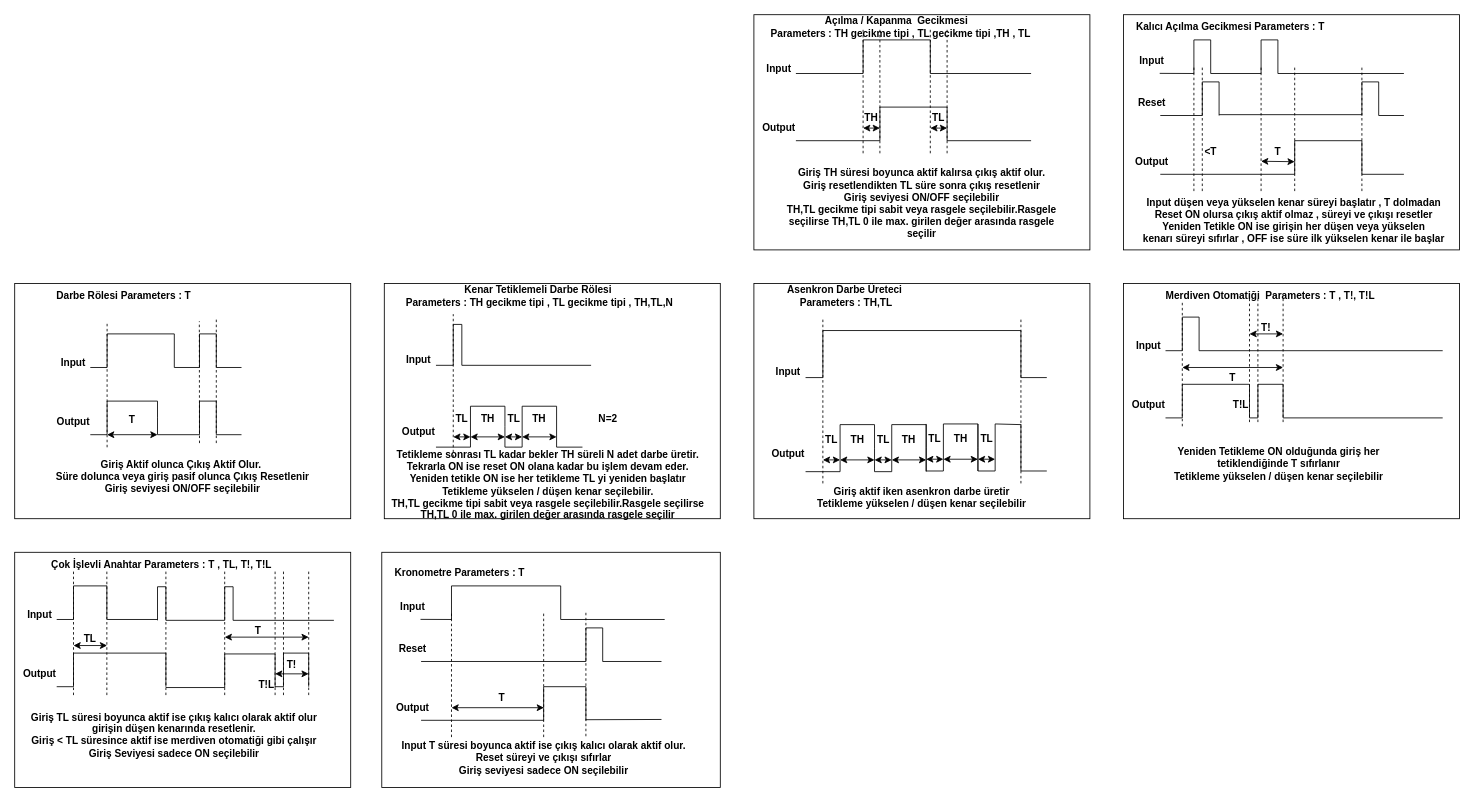
Above: doc/Functions_Details_Timers.drawio in akinik456/control (draw.io), before the change. Source tidied: cells renumbered, new cells numbered last; positions are measured from the earlier drawing's top-left corner, leaving out a move shared by most shapes. Both pictures are drawn from the tidied source at 84%, with x=0, y=0 at pixel (14, 14).
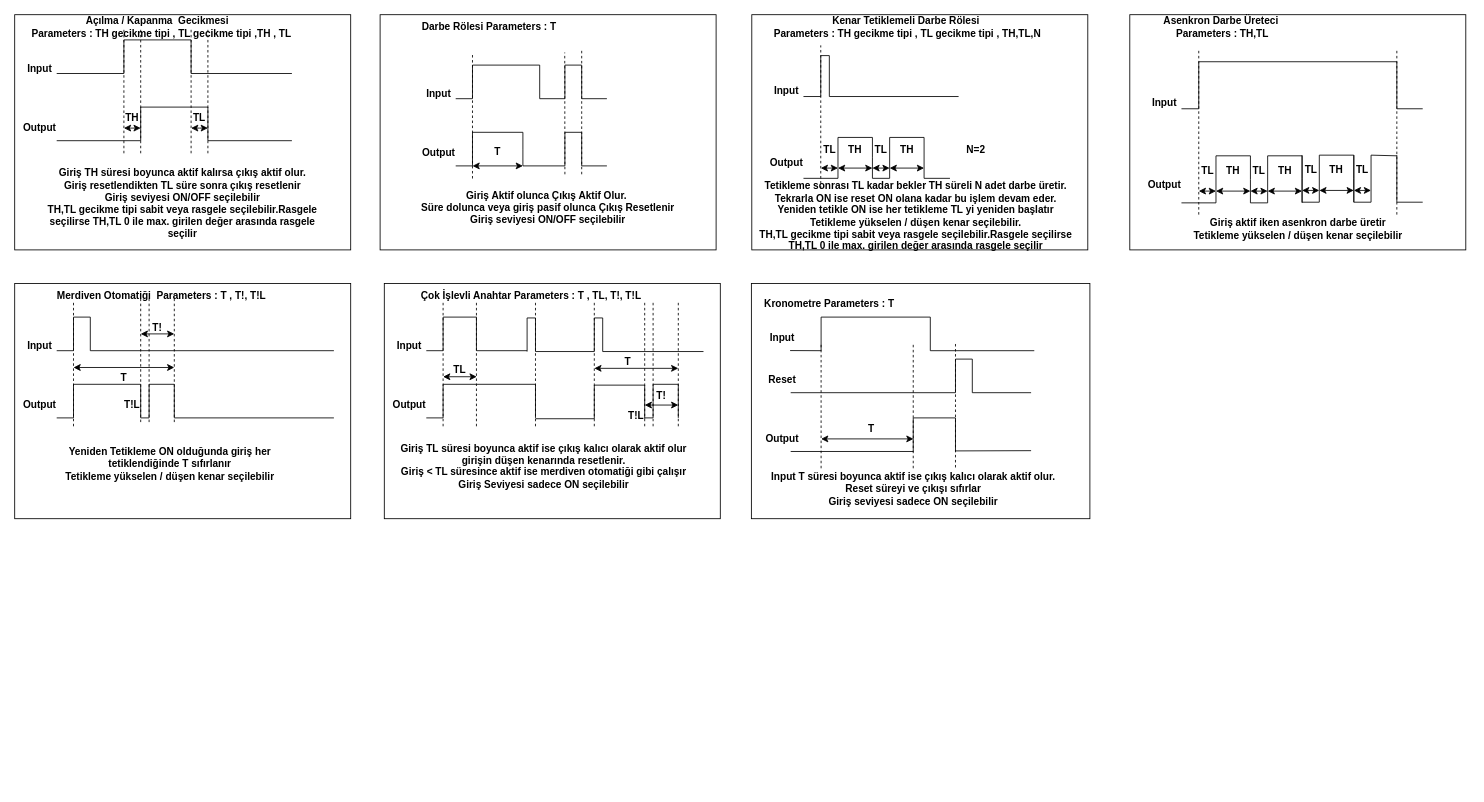
The same page after the edit.

What changed in the source:
```diff
@@
     <mxCell id="2" style="group;" parent="1" vertex="1">
-      <mxGeometry y="320" width="400" height="280" as="geometry" />
+      <mxGeometry x="435" width="400" height="280" as="geometry" />
     </mxCell>
@@
     <mxCell id="32" style="group;" parent="1" vertex="1">
-      <mxGeometry x="860" y="320" width="425" height="280" as="geometry" />
+      <mxGeometry x="1307.5" width="425" height="280" as="geometry" />
     </mxCell>
@@
     <mxCell id="82" style="group;" parent="1" vertex="1">
-      <mxGeometry x="1320" y="320" width="400" height="280" as="geometry" />
+      <mxGeometry y="320" width="400" height="280" as="geometry" />
     </mxCell>
@@
-    <mxCell id="112" style="group;" parent="1" vertex="1">
-      <mxGeometry x="1320" width="400" height="280" as="geometry" />
-    </mxCell>
-    <mxCell id="113" style="rounded=0;whiteSpace=wrap;html=1;" parent="112" vertex="1">
-      <mxGeometry width="400" height="280" as="geometry" />
-    </mxCell>
-    <mxCell id="114" value="Input" style="text;html=1;whiteSpace=wrap;strokeColor=none;fillColor=none;align=center;verticalAlign=middle;rounded=0;fontStyle=1;" parent="112" vertex="1">
-      <mxGeometry x="3.8" y="40" width="60" height="30" as="geometry" />
-    </mxCell>
-    <mxCell id="115" value="Output" style="text;html=1;whiteSpace=wrap;strokeColor=none;fillColor=none;align=center;verticalAlign=middle;rounded=0;fontStyle=1;" parent="112" vertex="1">
-      <mxGeometry x="3.8" y="160" width="60" height="30" as="geometry" />
-    </mxCell>
-    <mxCell id="116" style="endArrow=none;html=1;rounded=0;exitX=0.655;exitY=0.995;exitDx=0;exitDy=0;exitPerimeter=0;" parent="112" edge="1" source="114">
-      <mxGeometry relative="1" as="geometry">
-        <mxPoint x="83.8" y="70" as="targetPoint" />
-      </mxGeometry>
-    </mxCell>
-    <mxCell id="117" style="endArrow=none;html=1;rounded=0;" parent="112" edge="1">
-      <mxGeometry relative="1" as="geometry">
-        <mxPoint x="103.8" y="70" as="sourcePoint" />
-        <mxPoint x="163.8" y="70" as="targetPoint" />
-      </mxGeometry>
-    </mxCell>
-    <mxCell id="118" style="group;" parent="112" vertex="1">
-      <mxGeometry x="83.8" y="30" width="20" height="40" as="geometry" />
-    </mxCell>
-    <mxCell id="119" style="endArrow=none;html=1;rounded=0;" parent="118" edge="1">
-      <mxGeometry relative="1" as="geometry">
-        <mxPoint y="40" as="sourcePoint" />
-        <mxPoint as="targetPoint" />
-      </mxGeometry>
-    </mxCell>
-    <mxCell id="120" style="endArrow=none;html=1;rounded=0;" parent="118" edge="1">
-      <mxGeometry relative="1" as="geometry">
-        <mxPoint as="sourcePoint" />
-        <mxPoint x="20" as="targetPoint" />
-      </mxGeometry>
-    </mxCell>
-    <mxCell id="121" style="endArrow=none;html=1;rounded=0;" parent="118" edge="1">
-      <mxGeometry relative="1" as="geometry">
-        <mxPoint x="20" as="sourcePoint" />
-        <mxPoint x="20" y="40" as="targetPoint" />
-      </mxGeometry>
-    </mxCell>
-    <mxCell id="122" style="group;" parent="112" vertex="1">
-      <mxGeometry x="163.8" y="30" width="20" height="40" as="geometry" />
-    </mxCell>
-    <mxCell id="123" style="endArrow=none;html=1;rounded=0;" parent="122" edge="1">
-      <mxGeometry relative="1" as="geometry">
-        <mxPoint y="40" as="sourcePoint" />
-        <mxPoint as="targetPoint" />
-      </mxGeometry>
-    </mxCell>
-    <mxCell id="124" style="endArrow=none;html=1;rounded=0;" parent="122" edge="1">
-      <mxGeometry relative="1" as="geometry">
-        <mxPoint as="sourcePoint" />
-        <mxPoint x="20" as="targetPoint" />
-      </mxGeometry>
-    </mxCell>
-    <mxCell id="125" style="endArrow=none;html=1;rounded=0;" parent="122" edge="1">
-      <mxGeometry relative="1" as="geometry">
-        <mxPoint x="20" as="sourcePoint" />
-        <mxPoint x="20" y="40" as="targetPoint" />
-      </mxGeometry>
-    </mxCell>
-    <mxCell id="126" style="group;" parent="112" vertex="1">
-      <mxGeometry x="283.8" y="80" width="20" height="40" as="geometry" />
-    </mxCell>
-    <mxCell id="127" style="endArrow=none;html=1;rounded=0;" parent="126" edge="1">
-      <mxGeometry relative="1" as="geometry">
-        <mxPoint y="40" as="sourcePoint" />
-        <mxPoint as="targetPoint" />
-      </mxGeometry>
-    </mxCell>
-    <mxCell id="128" style="endArrow=none;html=1;rounded=0;" parent="126" edge="1">
-      <mxGeometry relative="1" as="geometry">
-        <mxPoint as="sourcePoint" />
-        <mxPoint x="20" as="targetPoint" />
-      </mxGeometry>
-    </mxCell>
-    <mxCell id="129" style="endArrow=none;html=1;rounded=0;" parent="126" edge="1">
-      <mxGeometry relative="1" as="geometry">
-        <mxPoint x="20" as="sourcePoint" />
-        <mxPoint x="20" y="40" as="targetPoint" />
-      </mxGeometry>
-    </mxCell>
-    <mxCell id="130" style="endArrow=none;html=1;rounded=0;" parent="112" edge="1">
-      <mxGeometry relative="1" as="geometry">
-        <mxPoint x="43.8" y="120" as="sourcePoint" />
-        <mxPoint x="93.8" y="120" as="targetPoint" />
-      </mxGeometry>
-    </mxCell>
-    <mxCell id="131" style="group;" parent="112" vertex="1">
-      <mxGeometry x="93.8" y="80" width="20" height="40" as="geometry" />
-    </mxCell>
-    <mxCell id="132" style="endArrow=none;html=1;rounded=0;" parent="131" edge="1">
-      <mxGeometry relative="1" as="geometry">
-        <mxPoint y="40" as="sourcePoint" />
-        <mxPoint as="targetPoint" />
-      </mxGeometry>
-    </mxCell>
-    <mxCell id="133" style="endArrow=none;html=1;rounded=0;" parent="131" edge="1">
-      <mxGeometry relative="1" as="geometry">
-        <mxPoint as="sourcePoint" />
-        <mxPoint x="20" as="targetPoint" />
-      </mxGeometry>
-    </mxCell>
-    <mxCell id="134" style="endArrow=none;html=1;rounded=0;" parent="131" edge="1">
-      <mxGeometry relative="1" as="geometry">
-        <mxPoint x="20" as="sourcePoint" />
-        <mxPoint x="20" y="40" as="targetPoint" />
-      </mxGeometry>
-    </mxCell>
-    <mxCell id="135" style="endArrow=none;html=1;rounded=0;" parent="112" edge="1">
-      <mxGeometry relative="1" as="geometry">
-        <mxPoint x="43.8" y="190" as="sourcePoint" />
-        <mxPoint x="203.8" y="190" as="targetPoint" />
-      </mxGeometry>
-    </mxCell>
-    <mxCell id="136" style="endArrow=none;html=1;rounded=0;" parent="112" edge="1">
-      <mxGeometry relative="1" as="geometry">
-        <mxPoint x="203.8" y="190" as="sourcePoint" />
-        <mxPoint x="203.8" y="150" as="targetPoint" />
-      </mxGeometry>
-    </mxCell>
-    <mxCell id="137" style="endArrow=none;html=1;rounded=0;" parent="112" edge="1">
-      <mxGeometry relative="1" as="geometry">
-        <mxPoint x="203.8" y="150" as="sourcePoint" />
-        <mxPoint x="283.8" y="150" as="targetPoint" />
-      </mxGeometry>
-    </mxCell>
-    <mxCell id="138" style="endArrow=none;html=1;rounded=0;" parent="112" edge="1">
-      <mxGeometry relative="1" as="geometry">
-        <mxPoint x="283.8" y="150" as="sourcePoint" />
-        <mxPoint x="283.8" y="190" as="targetPoint" />
-      </mxGeometry>
-    </mxCell>
-    <mxCell id="139" style="endArrow=none;html=1;rounded=0;" parent="112" edge="1">
-      <mxGeometry relative="1" as="geometry">
-        <mxPoint x="283.8" y="190" as="sourcePoint" />
-        <mxPoint x="333.8" y="190" as="targetPoint" />
-      </mxGeometry>
-    </mxCell>
-    <mxCell id="140" style="edgeStyle=orthogonalEdgeStyle;rounded=0;orthogonalLoop=1;jettySize=auto;html=1;exitX=0.5;exitY=1;exitDx=0;exitDy=0;" parent="112" edge="1">
-      <mxGeometry relative="1" as="geometry">
-        <mxPoint x="133.8" y="180" as="sourcePoint" />
-        <mxPoint x="133.8" y="180" as="targetPoint" />
-      </mxGeometry>
-    </mxCell>
-    <mxCell id="141" style="endArrow=classic;startArrow=classic;html=1;rounded=0;" parent="112" edge="1">
-      <mxGeometry relative="1" as="geometry">
-        <mxPoint x="163.8" y="174.5" as="sourcePoint" />
-        <mxPoint x="203.8" y="175" as="targetPoint" />
-      </mxGeometry>
-    </mxCell>
-    <mxCell id="142" value="&lt;b&gt;T&lt;/b&gt;" style="text;html=1;whiteSpace=wrap;strokeColor=none;fillColor=none;align=center;verticalAlign=middle;rounded=0;" parent="112" vertex="1">
-      <mxGeometry x="173.8" y="150" width="20" height="25" as="geometry" />
-    </mxCell>
-    <mxCell id="143" style="endArrow=none;html=1;rounded=0;" parent="112" edge="1">
-      <mxGeometry relative="1" as="geometry">
-        <mxPoint x="113.8" y="119" as="sourcePoint" />
-        <mxPoint x="283.8" y="119" as="targetPoint" />
-      </mxGeometry>
-    </mxCell>
-    <mxCell id="144" style="endArrow=none;html=1;rounded=0;" parent="112" edge="1">
-      <mxGeometry relative="1" as="geometry">
-        <mxPoint x="183.8" y="70" as="sourcePoint" />
-        <mxPoint x="333.8" y="70" as="targetPoint" />
-      </mxGeometry>
-    </mxCell>
-    <mxCell id="145" style="endArrow=none;html=1;rounded=0;" parent="112" edge="1">
-      <mxGeometry relative="1" as="geometry">
-        <mxPoint x="303.8" y="120" as="sourcePoint" />
-        <mxPoint x="333.8" y="120" as="targetPoint" />
-      </mxGeometry>
-    </mxCell>
-    <mxCell id="146" style="endArrow=none;dashed=1;html=1;rounded=0;" parent="112" edge="1">
-      <mxGeometry relative="1" as="geometry">
-        <mxPoint x="163.8" y="210" as="sourcePoint" />
-        <mxPoint x="163.8" y="60" as="targetPoint" />
-      </mxGeometry>
-    </mxCell>
-    <mxCell id="147" style="endArrow=none;dashed=1;html=1;rounded=0;" parent="112" edge="1">
-      <mxGeometry relative="1" as="geometry">
-        <mxPoint x="203.8" y="210" as="sourcePoint" />
-        <mxPoint x="203.8" y="60" as="targetPoint" />
-      </mxGeometry>
-    </mxCell>
-    <mxCell id="148" style="endArrow=none;dashed=1;html=1;rounded=0;" parent="112" edge="1">
-      <mxGeometry relative="1" as="geometry">
-        <mxPoint x="283.8" y="210" as="sourcePoint" />
-        <mxPoint x="283.8" y="60" as="targetPoint" />
-      </mxGeometry>
-    </mxCell>
-    <mxCell id="149" value="Reset" style="text;html=1;whiteSpace=wrap;strokeColor=none;fillColor=none;align=center;verticalAlign=middle;rounded=0;fontStyle=1;" parent="112" vertex="1">
-      <mxGeometry x="3.8" y="90" width="60" height="30" as="geometry" />
-    </mxCell>
-    <mxCell id="150" style="endArrow=none;dashed=1;html=1;rounded=0;" parent="112" edge="1">
-      <mxGeometry relative="1" as="geometry">
-        <mxPoint x="93.8" y="210" as="sourcePoint" />
-        <mxPoint x="93.8" y="60" as="targetPoint" />
-      </mxGeometry>
-    </mxCell>
-    <mxCell id="151" style="endArrow=none;dashed=1;html=1;rounded=0;" parent="112" edge="1">
-      <mxGeometry relative="1" as="geometry">
-        <mxPoint x="83.8" y="210" as="sourcePoint" />
-        <mxPoint x="83.8" y="60" as="targetPoint" />
-      </mxGeometry>
-    </mxCell>
-    <mxCell id="152" value="&lt;b&gt;&amp;lt;T&lt;/b&gt;" style="text;html=1;whiteSpace=wrap;strokeColor=none;fillColor=none;align=center;verticalAlign=middle;rounded=0;" parent="112" vertex="1">
-      <mxGeometry x="93.8" y="150" width="20" height="25" as="geometry" />
-    </mxCell>
-    <mxCell id="153" value="&lt;b&gt;&lt;font style=&quot;font-size: 12px;&quot;&gt;Input düşen veya yükselen kenar süreyi başlatır , T dolmadan Reset&amp;nbsp;&lt;span style=&quot;background-color: transparent; color: light-dark(rgb(0, 0, 0), rgb(255, 255, 255));&quot;&gt;ON olursa çıkış aktif olmaz , süreyi ve çıkışı resetler&lt;/span&gt;&lt;/font&gt;&lt;/b&gt;&lt;div&gt;&lt;b&gt;&lt;font style=&quot;font-size: 12px;&quot;&gt;Yeniden Tetikle ON ise girişin her düşen veya yükselen kenarı&amp;nbsp;&lt;span style=&quot;background-color: transparent; color: light-dark(rgb(0, 0, 0), rgb(255, 255, 255));&quot;&gt;süreyi sıfırlar , OFF ise süre ilk yükselen kenar ile başlar&lt;/span&gt;&lt;/font&gt;&lt;/b&gt;&lt;/div&gt;" style="text;html=1;whiteSpace=wrap;strokeColor=none;fillColor=none;align=center;verticalAlign=middle;rounded=0;fontSize=11;" parent="112" vertex="1">
-      <mxGeometry x="16.2" y="230" width="373.8" height="30" as="geometry" />
-    </mxCell>
-    <mxCell id="154" value="&lt;b&gt;Kalıcı Açılma Gecikmesi&amp;nbsp;&lt;/b&gt;&lt;b style=&quot;background-color: transparent; color: light-dark(rgb(0, 0, 0), rgb(255, 255, 255));&quot;&gt;Parameters : T&lt;/b&gt;" style="text;html=1;whiteSpace=wrap;strokeColor=none;fillColor=none;align=center;verticalAlign=middle;rounded=0;" parent="112" vertex="1">
-      <mxGeometry x="3.7" width="246.9" height="30" as="geometry" />
-    </mxCell>
     <mxCell id="155" style="group;" parent="1" vertex="1">
-      <mxGeometry y="640" width="400" height="280" as="geometry" />
+      <mxGeometry x="440" y="320" width="400" height="280" as="geometry" />
     </mxCell>
@@
     <mxCell id="201" style="group;" parent="1" vertex="1">
-      <mxGeometry x="400" y="640" width="440" height="280" as="geometry" />
+      <mxGeometry x="840" y="320" width="440" height="280" as="geometry" />
     </mxCell>
@@
     <mxCell id="230" style="group;fontSize=11;" parent="1" vertex="1">
-      <mxGeometry x="430" y="320" width="410" height="290" as="geometry" />
+      <mxGeometry x="867.5" width="410" height="290" as="geometry" />
     </mxCell>
@@
     <mxCell id="261" style="group;" parent="1" vertex="1">
-      <mxGeometry x="880" width="400" height="280" as="geometry" />
+      <mxGeometry width="400" height="280" as="geometry" />
     </mxCell>
```
